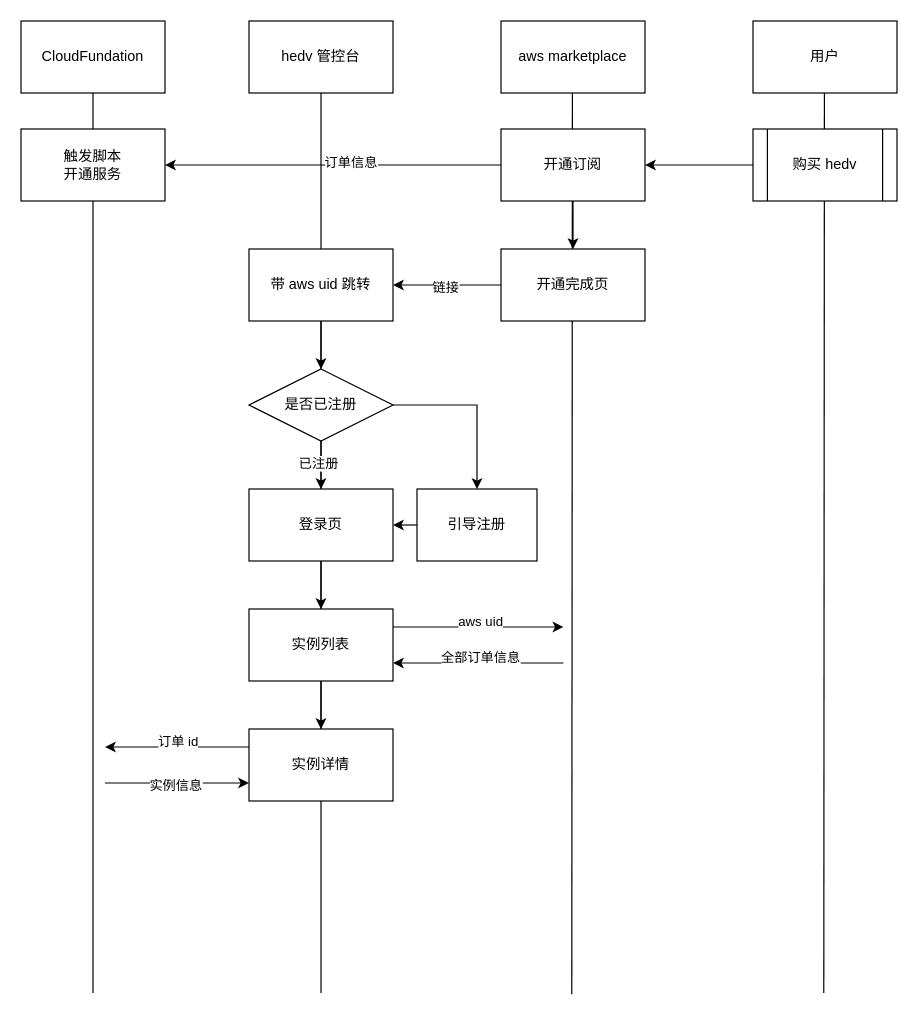
Earlier version of the draw.io diagram page "上云版本管控台" (8 of 8) of Hedv.drawio (Sidamor/drawio). Source tidied: cells renumbered, new cells numbered last; positions are measured from the earlier drawing's top-left corner, leaving out a move shared by most shapes. Both pictures are drawn from the tidied source at 120%, with x=0, y=0 at pixel (20, 20).
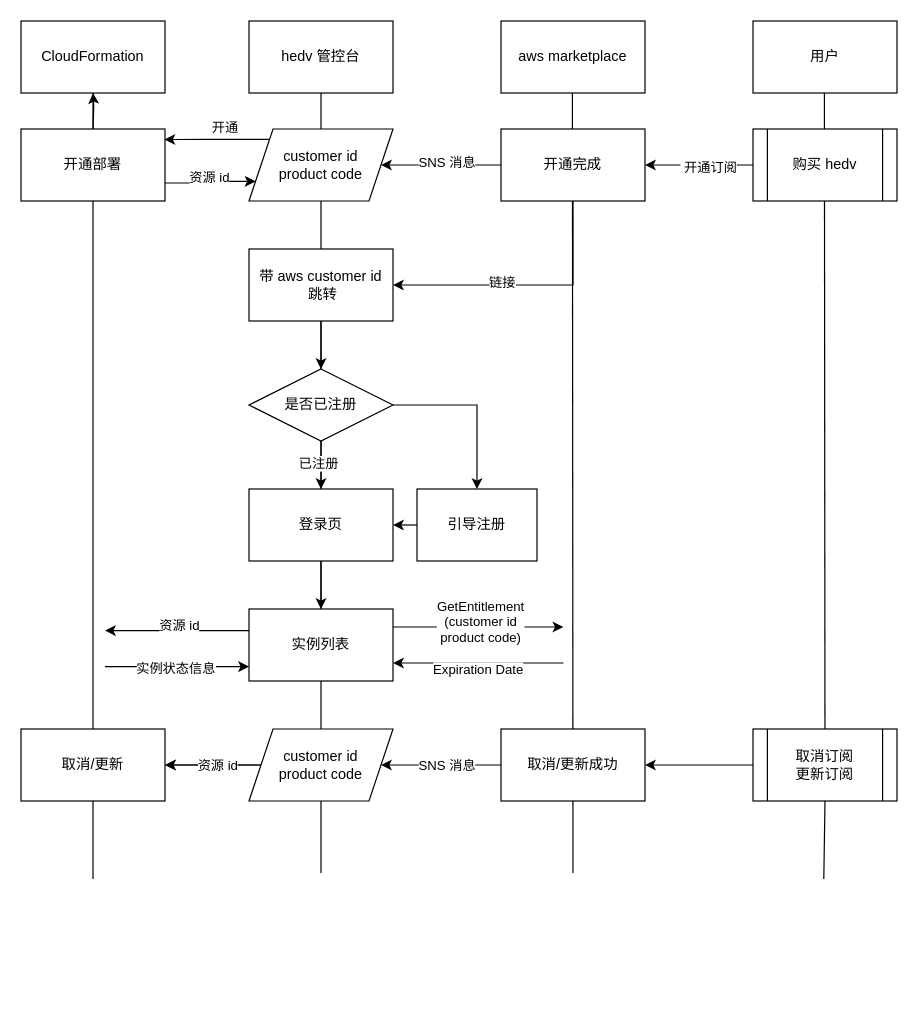
The same diagram, later.

The change refers to these unchanged cells:
```xml
<mxCell id="3" value="hedv 管控台" style="rounded=0;whiteSpace=wrap;html=1;" parent="1" vertex="1">
  <mxGeometry x="190" width="120" height="60" as="geometry" />
</mxCell>
<mxCell id="8" style="edgeStyle=orthogonalEdgeStyle;rounded=0;jettySize=auto;html=1;exitX=0;exitY=0.5;exitDx=0;exitDy=0;" parent="1" edge="1" source="9" target="13">
  <mxGeometry relative="1" as="geometry" />
</mxCell>
<mxCell id="25" style="edgeStyle=orthogonalEdgeStyle;rounded=0;jettySize=auto;html=1;exitX=1;exitY=0.25;exitDx=0;exitDy=0;" parent="1" edge="1" source="28">
  <mxGeometry relative="1" as="geometry">
    <mxPoint x="452" y="505" as="targetPoint" />
  </mxGeometry>
</mxCell>
<mxCell id="28" value="实例列表" style="rounded=0;whiteSpace=wrap;html=1;" parent="1" vertex="1">
  <mxGeometry x="190" y="490" width="120" height="60" as="geometry" />
</mxCell>
<mxCell id="29" style="endArrow=classic;html=1;rounded=0;entryX=1;entryY=0.75;entryDx=0;entryDy=0;" parent="1" edge="1" target="28">
  <mxGeometry relative="1" as="geometry">
    <mxPoint x="452" y="535" as="sourcePoint" />
  </mxGeometry>
</mxCell>
```

The edit, as a diff of the source:
```diff
@@
     <mxCell id="5" style="endArrow=none;html=1;rounded=0;entryX=0.5;entryY=1;entryDx=0;entryDy=0;" parent="1" edge="1" target="3">
       <mxGeometry relative="1" as="geometry">
-        <mxPoint x="250" y="810" as="sourcePoint" />
+        <mxPoint x="250" y="710" as="sourcePoint" />
       </mxGeometry>
     </mxCell>
     <mxCell id="6" style="endArrow=none;html=1;rounded=0;entryX=0.5;entryY=1;entryDx=0;entryDy=0;" parent="1" edge="1">
       <mxGeometry relative="1" as="geometry">
-        <mxPoint x="459" y="811" as="sourcePoint" />
+        <mxPoint x="460" y="710" as="sourcePoint" />
         <mxPoint x="459.5" y="60" as="targetPoint" />
       </mxGeometry>
     </mxCell>
-    <mxCell id="7" style="endArrow=none;html=1;rounded=0;entryX=0.5;entryY=1;entryDx=0;entryDy=0;" parent="1" edge="1">
+    <mxCell id="7" style="endArrow=none;html=1;rounded=0;entryX=0.5;entryY=1;entryDx=0;entryDy=0;" parent="1" edge="1" source="54">
       <mxGeometry relative="1" as="geometry">
-        <mxPoint x="669" y="810" as="sourcePoint" />
         <mxPoint x="669.5" y="60" as="targetPoint" />
       </mxGeometry>
     </mxCell>
@@
+    <mxCell id="41" value="&amp;nbsp;开通订阅" style="edgeLabel;html=1;align=center;verticalAlign=middle;" parent="8" vertex="1">
+      <mxGeometry x="-0.16" y="1" relative="1" as="geometry" />
+    </mxCell>
@@
-    <mxCell id="10" style="edgeStyle=orthogonalEdgeStyle;rounded=0;jettySize=auto;html=1;exitX=0.5;exitY=1;exitDx=0;exitDy=0;" parent="1" edge="1" source="13">
-      <mxGeometry relative="1" as="geometry">
-        <mxPoint x="460" y="190" as="targetPoint" />
-      </mxGeometry>
-    </mxCell>
-    <mxCell id="11" style="edgeStyle=orthogonalEdgeStyle;rounded=0;jettySize=auto;html=1;" parent="1" edge="1" source="13" target="35">
-      <mxGeometry relative="1" as="geometry" />
-    </mxCell>
-    <mxCell id="12" value="订单信息" style="edgeLabel;html=1;align=center;verticalAlign=middle;" parent="11" vertex="1">
-      <mxGeometry x="-0.1" y="-3" relative="1" as="geometry" />
-    </mxCell>
+    <mxCell id="42" style="edgeStyle=orthogonalEdgeStyle;rounded=0;jettySize=auto;html=1;exitX=0.5;exitY=1;exitDx=0;exitDy=0;entryX=1;entryY=0.5;entryDx=0;entryDy=0;" parent="1" edge="1" source="13" target="18">
+      <mxGeometry relative="1" as="geometry" />
+    </mxCell>
+    <mxCell id="15" value="链接" style="edgeLabel;html=1;align=center;verticalAlign=middle;" parent="42" vertex="1">
+      <mxGeometry x="0.18" y="-3" relative="1" as="geometry" />
+    </mxCell>
+    <mxCell id="43" style="edgeStyle=orthogonalEdgeStyle;rounded=0;jettySize=auto;html=1;" parent="1" edge="1" source="13" target="48">
+      <mxGeometry relative="1" as="geometry" />
+    </mxCell>
+    <mxCell id="44" value="SNS 消息" style="edgeLabel;html=1;align=center;verticalAlign=middle;" parent="43" vertex="1">
+      <mxGeometry x="-0.18" y="-3" relative="1" as="geometry">
+        <mxPoint x="-5" as="offset" />
+      </mxGeometry>
+    </mxCell>
-    <mxCell id="13" value="开通订阅" style="rounded=0;whiteSpace=wrap;html=1;" parent="1" vertex="1">
+    <mxCell id="13" value="开通完成" style="rounded=0;whiteSpace=wrap;html=1;" parent="1" vertex="1">
       <mxGeometry x="400" y="90" width="120" height="60" as="geometry" />
     </mxCell>
-    <mxCell id="14" style="edgeStyle=orthogonalEdgeStyle;rounded=0;jettySize=auto;html=1;" parent="1" edge="1" source="16" target="18">
-      <mxGeometry relative="1" as="geometry" />
-    </mxCell>
-    <mxCell id="15" value="链接" style="edgeLabel;html=1;align=center;verticalAlign=middle;" parent="14" vertex="1">
-      <mxGeometry x="0.04" y="1" relative="1" as="geometry" />
-    </mxCell>
-    <mxCell id="16" value="开通完成页" style="rounded=0;whiteSpace=wrap;html=1;" parent="1" vertex="1">
-      <mxGeometry x="400" y="190" width="120" height="60" as="geometry" />
-    </mxCell>
@@
-    <mxCell id="18" value="带 aws uid 跳转" style="rounded=0;whiteSpace=wrap;html=1;" parent="1" vertex="1">
+    <mxCell id="18" value="带 aws customer id&lt;div&gt;&amp;nbsp;跳转&lt;/div&gt;" style="rounded=0;whiteSpace=wrap;html=1;" parent="1" vertex="1">
       <mxGeometry x="190" y="190" width="120" height="60" as="geometry" />
     </mxCell>
@@
-    <mxCell id="26" value="aws uid" style="edgeLabel;html=1;align=center;verticalAlign=middle;" parent="25" vertex="1">
+    <mxCell id="26" value="&lt;div&gt;GetEntitlement&lt;/div&gt;(customer id&lt;div&gt;product code)&lt;/div&gt;" style="edgeLabel;html=1;align=center;verticalAlign=middle;" parent="25" vertex="1">
       <mxGeometry x="-0.09" y="-2" relative="1" as="geometry">
         <mxPoint x="7" y="-7" as="offset" />
       </mxGeometry>
     </mxCell>
-    <mxCell id="27" style="edgeStyle=orthogonalEdgeStyle;rounded=0;jettySize=auto;html=1;" parent="1" edge="1" source="28" target="38">
-      <mxGeometry relative="1" as="geometry" />
-    </mxCell>
@@
-    <mxCell id="30" value="全部订单信息" style="edgeLabel;html=1;align=center;verticalAlign=middle;" parent="29" vertex="1">
+    <mxCell id="30" value="Expiration Date" style="edgeLabel;html=1;align=center;verticalAlign=middle;" parent="29" vertex="1">
       <mxGeometry x="-0.1" y="3" relative="1" as="geometry">
-        <mxPoint x="-6" y="-8" as="offset" />
+        <mxPoint x="-8" y="2" as="offset" />
       </mxGeometry>
     </mxCell>
@@
-    <mxCell id="33" value="CloudFundation" style="rounded=0;whiteSpace=wrap;html=1;" parent="1" vertex="1">
+    <mxCell id="33" value="CloudFormation" style="rounded=0;whiteSpace=wrap;html=1;" parent="1" vertex="1">
       <mxGeometry width="120" height="60" as="geometry" />
     </mxCell>
-    <mxCell id="34" style="endArrow=none;html=1;rounded=0;entryX=0.5;entryY=1;entryDx=0;entryDy=0;" parent="1" edge="1" target="33">
-      <mxGeometry relative="1" as="geometry">
-        <mxPoint x="60" y="810" as="sourcePoint" />
-      </mxGeometry>
+    <mxCell id="34" style="endArrow=none;html=1;rounded=0;entryX=0.5;entryY=1;entryDx=0;entryDy=0;" parent="1" edge="1" source="63" target="33">
+      <mxGeometry relative="1" as="geometry" />
     </mxCell>
-    <mxCell id="35" value="触发脚本&lt;div&gt;开通服务&lt;/div&gt;" style="rounded=0;whiteSpace=wrap;html=1;" parent="1" vertex="1">
-      <mxGeometry y="90" width="120" height="60" as="geometry" />
-    </mxCell>
+    <mxCell id="45" style="edgeStyle=orthogonalEdgeStyle;rounded=0;jettySize=auto;html=1;" parent="1" edge="1" target="33">
+      <mxGeometry relative="1" as="geometry">
+        <mxPoint x="60.1" y="90" as="sourcePoint" />
+      </mxGeometry>
+    </mxCell>
-    <mxCell id="36" style="edgeStyle=orthogonalEdgeStyle;rounded=0;jettySize=auto;html=1;exitX=0;exitY=0.25;exitDx=0;exitDy=0;" parent="1" edge="1" source="38">
+    <mxCell id="36" style="edgeStyle=orthogonalEdgeStyle;rounded=0;orthogonalLoop=1;jettySize=auto;html=1;exitX=0;exitY=0.25;exitDx=0;exitDy=0;" parent="1" edge="1">
       <mxGeometry relative="1" as="geometry">
-        <mxPoint x="70" y="605" as="targetPoint" />
+        <mxPoint x="190" y="508" as="sourcePoint" />
+        <mxPoint x="70" y="508" as="targetPoint" />
       </mxGeometry>
     </mxCell>
-    <mxCell id="37" value="订单 id" style="edgeLabel;html=1;align=center;verticalAlign=middle;" parent="36" vertex="1">
+    <mxCell id="37" value="资源 id" style="edgeLabel;html=1;align=center;verticalAlign=middle;" parent="36" vertex="1">
       <mxGeometry x="-0.16" y="2" relative="1" as="geometry">
         <mxPoint x="-9" y="-7" as="offset" />
       </mxGeometry>
     </mxCell>
-    <mxCell id="38" value="实例详情" style="rounded=0;whiteSpace=wrap;html=1;" parent="1" vertex="1">
-      <mxGeometry x="190" y="590" width="120" height="60" as="geometry" />
-    </mxCell>
-    <mxCell id="39" style="endArrow=classic;html=1;rounded=0;entryX=0;entryY=0.75;entryDx=0;entryDy=0;" parent="1" edge="1" target="38">
+    <mxCell id="39" style="endArrow=classic;html=1;rounded=0;entryX=0;entryY=0.75;entryDx=0;entryDy=0;" parent="1" edge="1">
       <mxGeometry relative="1" as="geometry">
-        <mxPoint x="70" y="635" as="sourcePoint" />
+        <mxPoint x="70" y="538" as="sourcePoint" />
+        <mxPoint x="190" y="538" as="targetPoint" />
       </mxGeometry>
     </mxCell>
-    <mxCell id="40" value="实例信息" style="edgeLabel;html=1;align=center;verticalAlign=middle;" parent="39" vertex="1">
+    <mxCell id="40" value="实例状态信息" style="edgeLabel;html=1;align=center;verticalAlign=middle;" parent="39" vertex="1">
       <mxGeometry x="-0.03" y="-1" relative="1" as="geometry" />
     </mxCell>
+    <mxCell id="46" style="edgeStyle=orthogonalEdgeStyle;rounded=0;jettySize=auto;html=1;exitX=0;exitY=0;exitDx=0;exitDy=0;entryX=0.996;entryY=0.146;entryDx=0;entryDy=0;entryPerimeter=0;" parent="1" edge="1" source="48" target="51">
+      <mxGeometry relative="1" as="geometry" />
+    </mxCell>
+    <mxCell id="47" value="开通" style="edgeLabel;html=1;align=center;verticalAlign=middle;" parent="46" vertex="1">
+      <mxGeometry x="-0.14" y="4" relative="1" as="geometry">
+        <mxPoint y="-14" as="offset" />
+      </mxGeometry>
+    </mxCell>
+    <mxCell id="48" value="customer id&lt;div&gt;product code&lt;/div&gt;" style="shape=parallelogram;perimeter=parallelogramPerimeter;whiteSpace=wrap;html=1;fixedSize=1;" parent="1" vertex="1">
+      <mxGeometry x="190" y="90" width="120" height="60" as="geometry" />
+    </mxCell>
+    <mxCell id="49" style="edgeStyle=orthogonalEdgeStyle;rounded=0;jettySize=auto;html=1;exitX=1;exitY=0.75;exitDx=0;exitDy=0;entryX=0;entryY=0.75;entryDx=0;entryDy=0;" parent="1" edge="1" source="51" target="48">
+      <mxGeometry relative="1" as="geometry" />
+    </mxCell>
+    <mxCell id="50" value="资源 id" style="edgeLabel;html=1;align=center;verticalAlign=middle;" parent="49" vertex="1">
+      <mxGeometry x="-0.01" y="3" relative="1" as="geometry" />
+    </mxCell>
+    <mxCell id="51" value="开通部署" style="whiteSpace=wrap;html=1;" parent="1" vertex="1">
+      <mxGeometry y="90" width="120" height="60" as="geometry" />
+    </mxCell>
+    <mxCell id="52" style="endArrow=none;html=1;rounded=0;entryX=0.5;entryY=1;entryDx=0;entryDy=0;" parent="1" edge="1" target="54">
+      <mxGeometry relative="1" as="geometry">
+        <mxPoint x="669" y="715" as="sourcePoint" />
+      </mxGeometry>
+    </mxCell>
+    <mxCell id="53" style="edgeStyle=orthogonalEdgeStyle;rounded=0;jettySize=auto;html=1;exitX=0;exitY=0.5;exitDx=0;exitDy=0;entryX=1;entryY=0.5;entryDx=0;entryDy=0;" parent="1" edge="1" source="54" target="57">
+      <mxGeometry relative="1" as="geometry" />
+    </mxCell>
+    <mxCell id="54" value="取消订阅&lt;div&gt;更新订阅&lt;/div&gt;" style="shape=process;whiteSpace=wrap;html=1;backgroundOutline=1;" parent="1" vertex="1">
+      <mxGeometry x="610" y="590" width="120" height="60" as="geometry" />
+    </mxCell>
+    <mxCell id="55" style="edgeStyle=orthogonalEdgeStyle;rounded=0;jettySize=auto;html=1;exitX=0;exitY=0.5;exitDx=0;exitDy=0;entryX=1;entryY=0.5;entryDx=0;entryDy=0;" parent="1" edge="1" source="57" target="61">
+      <mxGeometry relative="1" as="geometry" />
+    </mxCell>
+    <mxCell id="56" value="SNS 消息" style="edgeLabel;html=1;align=center;verticalAlign=middle;" parent="55" vertex="1">
+      <mxGeometry x="0.12" y="2" relative="1" as="geometry">
+        <mxPoint x="10" y="-2" as="offset" />
+      </mxGeometry>
+    </mxCell>
+    <mxCell id="57" value="取消/更新成功" style="rounded=0;whiteSpace=wrap;html=1;" parent="1" vertex="1">
+      <mxGeometry x="400" y="590" width="120" height="60" as="geometry" />
+    </mxCell>
+    <mxCell id="58" style="edgeStyle=orthogonalEdgeStyle;rounded=0;jettySize=auto;html=1;exitX=0;exitY=0.5;exitDx=0;exitDy=0;entryX=1;entryY=0.5;entryDx=0;entryDy=0;" parent="1" edge="1" source="61" target="63">
+      <mxGeometry relative="1" as="geometry" />
+    </mxCell>
+    <mxCell id="59" style="edgeStyle=orthogonalEdgeStyle;rounded=0;jettySize=auto;html=1;" parent="1" edge="1" source="61" target="63">
+      <mxGeometry relative="1" as="geometry" />
+    </mxCell>
+    <mxCell id="60" value="资源 id" style="edgeLabel;html=1;align=center;verticalAlign=middle;" parent="59" vertex="1">
+      <mxGeometry x="-0.05" relative="1" as="geometry">
+        <mxPoint x="1" as="offset" />
+      </mxGeometry>
+    </mxCell>
+    <mxCell id="61" value="customer id&lt;div&gt;product code&lt;/div&gt;" style="shape=parallelogram;perimeter=parallelogramPerimeter;whiteSpace=wrap;html=1;fixedSize=1;" parent="1" vertex="1">
+      <mxGeometry x="190" y="590" width="120" height="60" as="geometry" />
+    </mxCell>
+    <mxCell id="62" style="endArrow=none;html=1;rounded=0;entryX=0.5;entryY=1;entryDx=0;entryDy=0;" parent="1" edge="1" target="63">
+      <mxGeometry relative="1" as="geometry">
+        <mxPoint x="60" y="715" as="sourcePoint" />
+      </mxGeometry>
+    </mxCell>
+    <mxCell id="63" value="取消/更新" style="whiteSpace=wrap;html=1;" parent="1" vertex="1">
+      <mxGeometry y="590" width="120" height="60" as="geometry" />
+    </mxCell>
```
